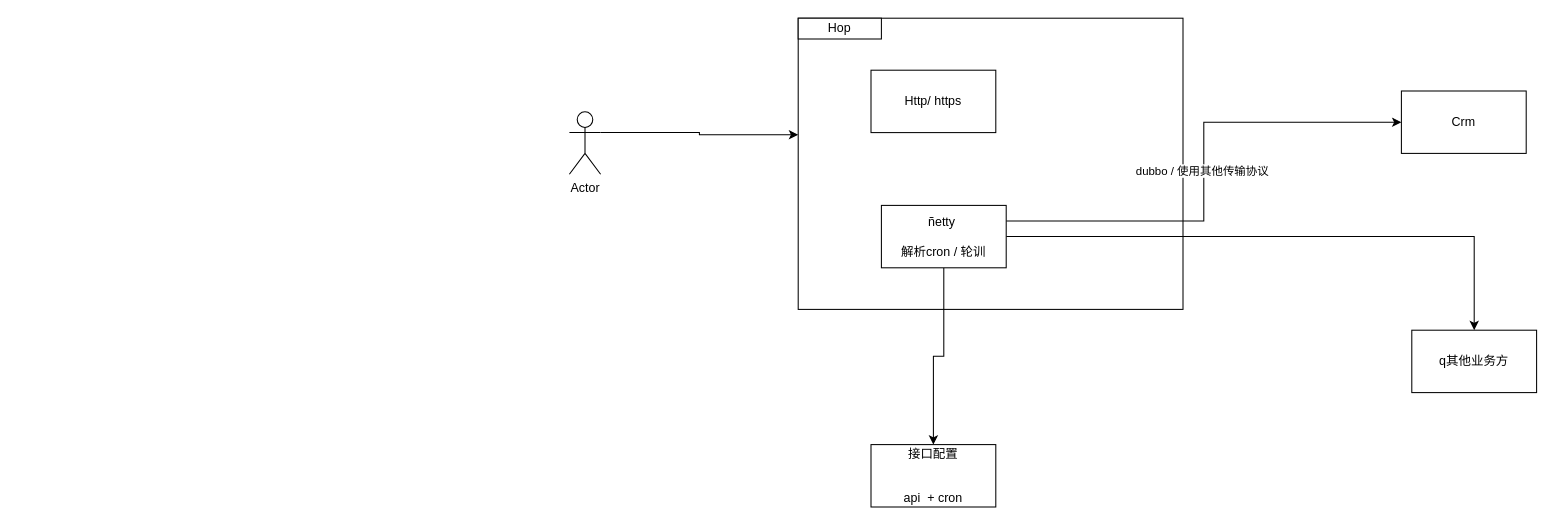
Earlier version of the draw.io diagram dfire/未命名绘图上千上万去.drawio (SurpriseXiong/draw). Source tidied: cells renumbered, new cells numbered last; positions are measured from the earlier drawing's top-left corner, leaving out a move shared by most shapes. Both pictures are drawn from the tidied source at 104%, with x=0, y=0 at pixel (569, 18).
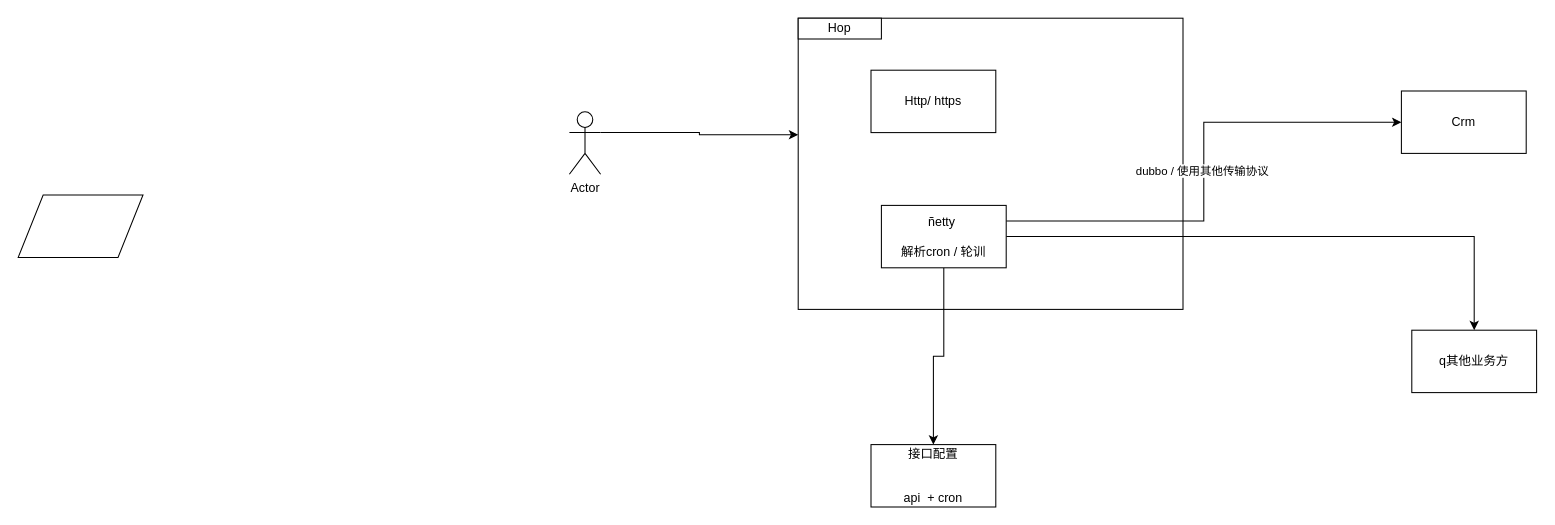
The same page after the edit.

Commit message:
更新未命名绘图上千上万去.drawio

What changed in the source:
```diff
@@
 <mxGraphModel>
   <root>
     <mxCell id="0" />
     <mxCell id="1" parent="0" />
     <mxCell id="2" style="rounded=0;whiteSpace=wrap;html=1;" parent="1" vertex="1">
       <mxGeometry x="220" width="370" height="280" as="geometry" />
     </mxCell>
     <mxCell id="3" value="Http/ https" style="rounded=0;whiteSpace=wrap;html=1;" parent="1" vertex="1">
       <mxGeometry x="290" y="50" width="120" height="60" as="geometry" />
     </mxCell>
     <mxCell id="4" style="edgeStyle=orthogonalEdgeStyle;rounded=0;jettySize=auto;html=1;exitX=0.5;exitY=1;exitDx=0;exitDy=0;" parent="1" edge="1" source="7" target="8">
       <mxGeometry relative="1" as="geometry" />
     </mxCell>
     <mxCell id="5" value="dubbo / 使用其他传输协议&amp;nbsp;" style="edgeStyle=orthogonalEdgeStyle;rounded=0;jettySize=auto;html=1;exitX=1;exitY=0.25;exitDx=0;exitDy=0;entryX=0;entryY=0.5;entryDx=0;entryDy=0;" parent="1" edge="1" source="7" target="9">
       <mxGeometry relative="1" as="geometry" />
     </mxCell>
     <mxCell id="6" style="edgeStyle=orthogonalEdgeStyle;rounded=0;jettySize=auto;html=1;exitX=1;exitY=0.5;exitDx=0;exitDy=0;" parent="1" edge="1" source="7" target="10">
       <mxGeometry relative="1" as="geometry" />
     </mxCell>
     <mxCell id="7" value="ñetty&amp;nbsp;&lt;br&gt;&lt;br&gt;解析cron / 轮训&lt;br&gt;" style="rounded=0;whiteSpace=wrap;html=1;" parent="1" vertex="1">
       <mxGeometry x="300" y="180" width="120" height="60" as="geometry" />
     </mxCell>
     <mxCell id="8" value="接口配置&lt;br&gt;&lt;br&gt;&lt;br&gt;api&amp;nbsp; + cron&lt;br&gt;" style="rounded=0;whiteSpace=wrap;html=1;" parent="1" vertex="1">
       <mxGeometry x="290" y="410" width="120" height="60" as="geometry" />
     </mxCell>
     <mxCell id="9" value="Crm" style="rounded=0;whiteSpace=wrap;html=1;" parent="1" vertex="1">
       <mxGeometry x="800" y="70" width="120" height="60" as="geometry" />
     </mxCell>
     <mxCell id="10" value="q其他业务方" style="rounded=0;whiteSpace=wrap;html=1;" parent="1" vertex="1">
       <mxGeometry x="810" y="300" width="120" height="60" as="geometry" />
     </mxCell>
     <mxCell id="11" style="edgeStyle=orthogonalEdgeStyle;rounded=0;jettySize=auto;html=1;exitX=1;exitY=0.3333333333333333;exitDx=0;exitDy=0;exitPerimeter=0;entryX=0;entryY=0.4;entryDx=0;entryDy=0;entryPerimeter=0;" parent="1" edge="1" source="12" target="2">
       <mxGeometry relative="1" as="geometry" />
     </mxCell>
     <mxCell id="12" value="Actor" style="shape=umlActor;verticalLabelPosition=bottom;labelBackgroundColor=#ffffff;verticalAlign=top;html=1;outlineConnect=0;" parent="1" vertex="1">
       <mxGeometry y="90" width="30" height="60" as="geometry" />
     </mxCell>
     <mxCell id="13" value="Hop" style="rounded=0;whiteSpace=wrap;html=1;" parent="1" vertex="1">
       <mxGeometry x="220" width="80" height="20" as="geometry" />
     </mxCell>
+    <mxCell id="14" style="shape=parallelogram;perimeter=parallelogramPerimeter;whiteSpace=wrap;html=1;" parent="1" vertex="1">
+      <mxGeometry x="-530" y="170" width="120" height="60" as="geometry" />
+    </mxCell>
   </root>
 </mxGraphModel>
```
